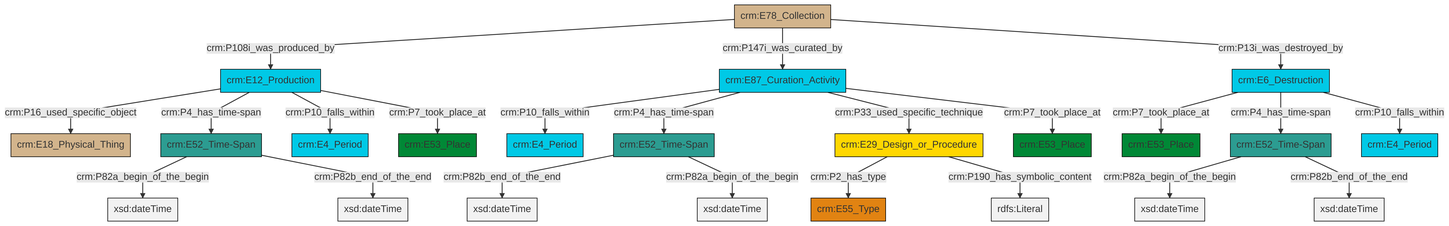
Earlier version of the Mermaid export et/archivalCSV/ttl/mmd/png/archival_existence.png (swiss-art-research-net/docs.swissartresearch). Its source is kept beside it as et/archivalCSV/ttl/mmd/archival_existence.ttl.mmd.
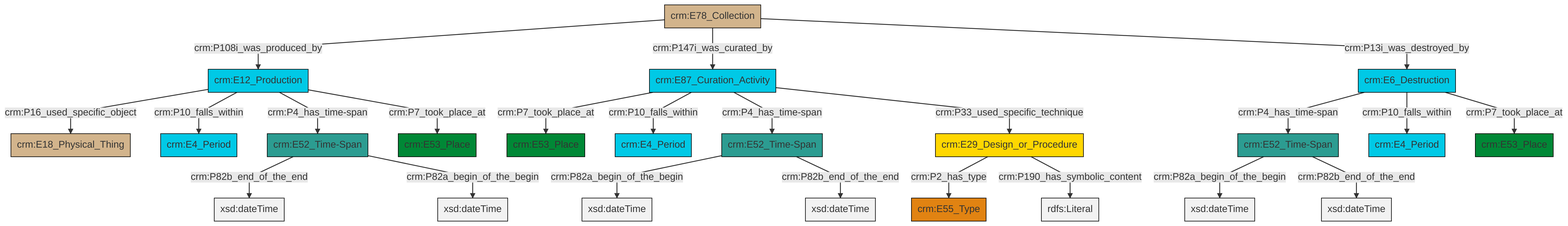
After the commit.

The edit, as a diff of the source:
```diff
@@ -13,25 +13,25 @@
 classDef PC_Classes fill:#4ce600, stroke:#000000;
 classDef Multi fill:#cccccc,stroke:#000000;
 
-4["crm:E52_Time-Span"]:::Time-Span -->|crm:P82a_begin_of_the_begin| 5[xsd:dateTime]:::Literal
-6["crm:E78_Collection"]:::Physical_Thing -->|crm:P108i_was_produced_by| 7["crm:E12_Production"]:::Temporal_Entity
-8["crm:E87_Curation_Activity"]:::Temporal_Entity -->|crm:P10_falls_within| 9["crm:E4_Period"]:::Temporal_Entity
-2["crm:E6_Destruction"]:::Temporal_Entity -->|crm:P7_took_place_at| 0["crm:E53_Place"]:::Place
-7["crm:E12_Production"]:::Temporal_Entity -->|crm:P16_used_specific_object| 10["crm:E18_Physical_Thing"]:::Physical_Thing
-7["crm:E12_Production"]:::Temporal_Entity -->|crm:P4_has_time-span| 13["crm:E52_Time-Span"]:::Time-Span
-7["crm:E12_Production"]:::Temporal_Entity -->|crm:P10_falls_within| 15["crm:E4_Period"]:::Temporal_Entity
-2["crm:E6_Destruction"]:::Temporal_Entity -->|crm:P4_has_time-span| 4["crm:E52_Time-Span"]:::Time-Span
-8["crm:E87_Curation_Activity"]:::Temporal_Entity -->|crm:P4_has_time-span| 16["crm:E52_Time-Span"]:::Time-Span
-17["crm:E29_Design_or_Procedure"]:::Conceptual_Object -->|crm:P2_has_type| 18["crm:E55_Type"]:::Type
-13["crm:E52_Time-Span"]:::Time-Span -->|crm:P82a_begin_of_the_begin| 20[xsd:dateTime]:::Literal
-4["crm:E52_Time-Span"]:::Time-Span -->|crm:P82b_end_of_the_end| 21[xsd:dateTime]:::Literal
-8["crm:E87_Curation_Activity"]:::Temporal_Entity -->|crm:P33_used_specific_technique| 17["crm:E29_Design_or_Procedure"]:::Conceptual_Object
-8["crm:E87_Curation_Activity"]:::Temporal_Entity -->|crm:P7_took_place_at| 25["crm:E53_Place"]:::Place
-6["crm:E78_Collection"]:::Physical_Thing -->|crm:P147i_was_curated_by| 8["crm:E87_Curation_Activity"]:::Temporal_Entity
-13["crm:E52_Time-Span"]:::Time-Span -->|crm:P82b_end_of_the_end| 27[xsd:dateTime]:::Literal
-2["crm:E6_Destruction"]:::Temporal_Entity -->|crm:P10_falls_within| 32["crm:E4_Period"]:::Temporal_Entity
-17["crm:E29_Design_or_Procedure"]:::Conceptual_Object -->|crm:P190_has_symbolic_content| 33[rdfs:Literal]:::Literal
-7["crm:E12_Production"]:::Temporal_Entity -->|crm:P7_took_place_at| 29["crm:E53_Place"]:::Place
-16["crm:E52_Time-Span"]:::Time-Span -->|crm:P82b_end_of_the_end| 35[xsd:dateTime]:::Literal
-6["crm:E78_Collection"]:::Physical_Thing -->|crm:P13i_was_destroyed_by| 2["crm:E6_Destruction"]:::Temporal_Entity
-16["crm:E52_Time-Span"]:::Time-Span -->|crm:P82a_begin_of_the_begin| 38[xsd:dateTime]:::Literal
+2["crm:E78_Collection"]:::Physical_Thing -->|crm:P108i_was_produced_by| 3["crm:E12_Production"]:::Temporal_Entity
+4["crm:E6_Destruction"]:::Temporal_Entity -->|crm:P4_has_time-span| 5["crm:E52_Time-Span"]:::Time-Span
+3["crm:E12_Production"]:::Temporal_Entity -->|crm:P16_used_specific_object| 6["crm:E18_Physical_Thing"]:::Physical_Thing
+7["crm:E52_Time-Span"]:::Time-Span -->|crm:P82a_begin_of_the_begin| 8[xsd:dateTime]:::Literal
+0["crm:E87_Curation_Activity"]:::Temporal_Entity -->|crm:P7_took_place_at| 9["crm:E53_Place"]:::Place
+5["crm:E52_Time-Span"]:::Time-Span -->|crm:P82a_begin_of_the_begin| 11[xsd:dateTime]:::Literal
+5["crm:E52_Time-Span"]:::Time-Span -->|crm:P82b_end_of_the_end| 12[xsd:dateTime]:::Literal
+2["crm:E78_Collection"]:::Physical_Thing -->|crm:P147i_was_curated_by| 0["crm:E87_Curation_Activity"]:::Temporal_Entity
+0["crm:E87_Curation_Activity"]:::Temporal_Entity -->|crm:P10_falls_within| 17["crm:E4_Period"]:::Temporal_Entity
+3["crm:E12_Production"]:::Temporal_Entity -->|crm:P10_falls_within| 18["crm:E4_Period"]:::Temporal_Entity
+15["crm:E29_Design_or_Procedure"]:::Conceptual_Object -->|crm:P2_has_type| 19["crm:E55_Type"]:::Type
+2["crm:E78_Collection"]:::Physical_Thing -->|crm:P13i_was_destroyed_by| 4["crm:E6_Destruction"]:::Temporal_Entity
+7["crm:E52_Time-Span"]:::Time-Span -->|crm:P82b_end_of_the_end| 24[xsd:dateTime]:::Literal
+3["crm:E12_Production"]:::Temporal_Entity -->|crm:P4_has_time-span| 27["crm:E52_Time-Span"]:::Time-Span
+27["crm:E52_Time-Span"]:::Time-Span -->|crm:P82b_end_of_the_end| 29[xsd:dateTime]:::Literal
+0["crm:E87_Curation_Activity"]:::Temporal_Entity -->|crm:P4_has_time-span| 7["crm:E52_Time-Span"]:::Time-Span
+4["crm:E6_Destruction"]:::Temporal_Entity -->|crm:P10_falls_within| 21["crm:E4_Period"]:::Temporal_Entity
+15["crm:E29_Design_or_Procedure"]:::Conceptual_Object -->|crm:P190_has_symbolic_content| 34[rdfs:Literal]:::Literal
+3["crm:E12_Production"]:::Temporal_Entity -->|crm:P7_took_place_at| 13["crm:E53_Place"]:::Place
+0["crm:E87_Curation_Activity"]:::Temporal_Entity -->|crm:P33_used_specific_technique| 15["crm:E29_Design_or_Procedure"]:::Conceptual_Object
+4["crm:E6_Destruction"]:::Temporal_Entity -->|crm:P7_took_place_at| 25["crm:E53_Place"]:::Place
+27["crm:E52_Time-Span"]:::Time-Span -->|crm:P82a_begin_of_the_begin| 36[xsd:dateTime]:::Literal
```
